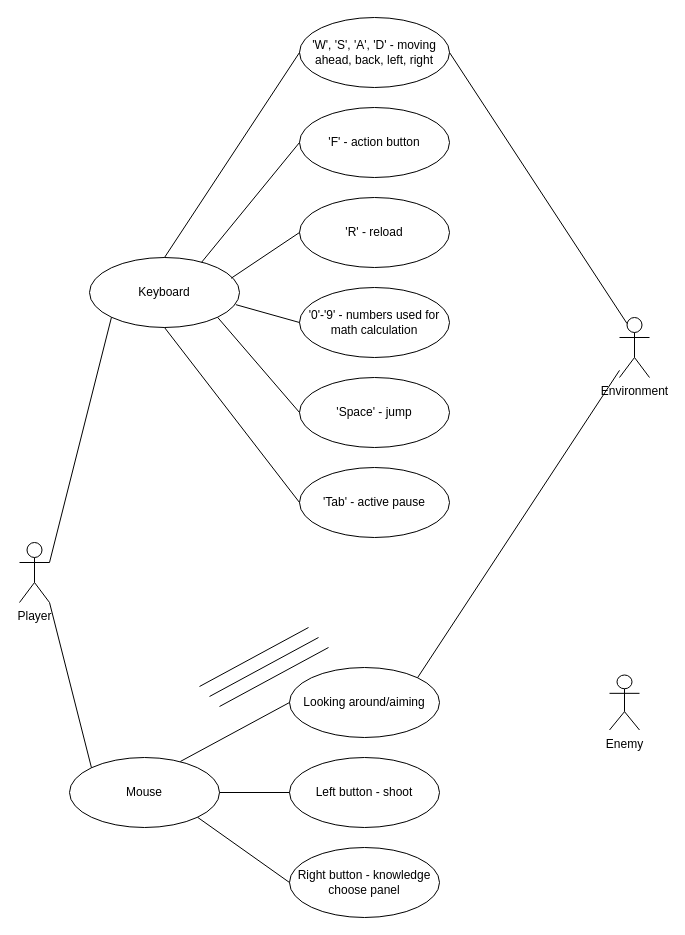
This is use_case_diagram_aeg.drawio from Dexmo-7/ProjectM01, a draw.io file, before an edit. Source tidied: cells renumbered, new cells numbered last; positions are measured from the earlier drawing's top-left corner, leaving out a move shared by most shapes. Both pictures are drawn from the tidied source at 100%, with x=0, y=0 at pixel (19, 17).
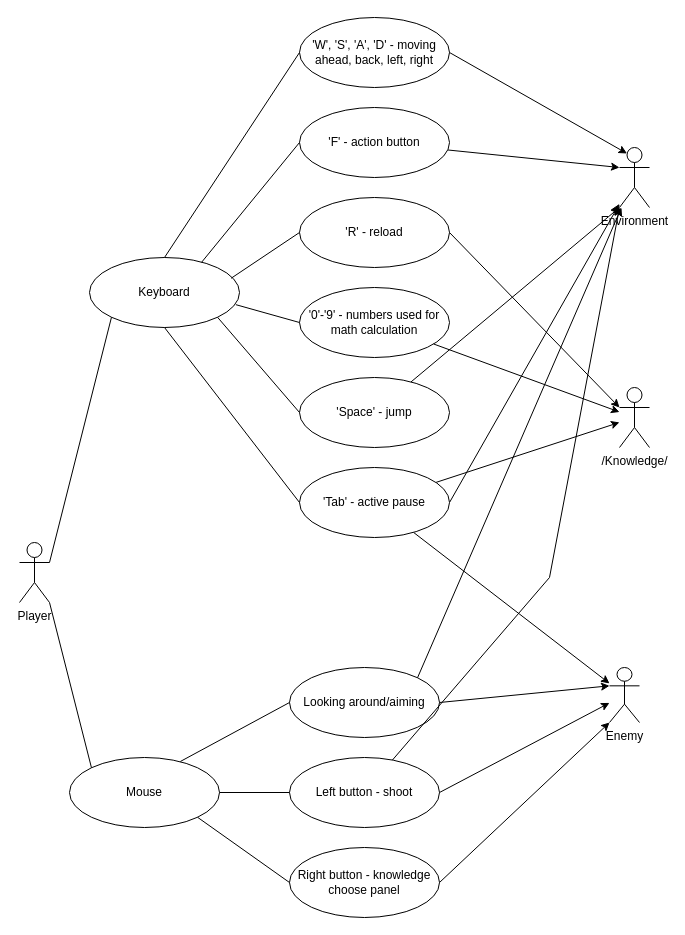
The same page after the edit.

Unchanged cells that the change refers to:
```xml
<mxCell id="3" value="'W', 'S', 'A', 'D' - moving ahead, back, left, right" style="ellipse;whiteSpace=wrap;html=1;" parent="1" vertex="1">
  <mxGeometry x="280" width="150" height="70" as="geometry" />
</mxCell>
<mxCell id="4" value="'F' - action button" style="ellipse;whiteSpace=wrap;html=1;" parent="1" vertex="1">
  <mxGeometry x="280" y="90" width="150" height="70" as="geometry" />
</mxCell>
<mxCell id="5" value="'Space' - jump" style="ellipse;whiteSpace=wrap;html=1;" parent="1" vertex="1">
  <mxGeometry x="280" y="360" width="150" height="70" as="geometry" />
</mxCell>
<mxCell id="8" value="'Tab' - active pause" style="ellipse;whiteSpace=wrap;html=1;" parent="1" vertex="1">
  <mxGeometry x="280" y="450" width="150" height="70" as="geometry" />
</mxCell>
<mxCell id="9" value="Looking around/aiming" style="ellipse;whiteSpace=wrap;html=1;" parent="1" vertex="1">
  <mxGeometry x="270" y="650" width="150" height="70" as="geometry" />
</mxCell>
<mxCell id="10" value="Left button - shoot" style="ellipse;whiteSpace=wrap;html=1;" parent="1" vertex="1">
  <mxGeometry x="270" y="740" width="150" height="70" as="geometry" />
</mxCell>
<mxCell id="11" value="'R' - reload" style="ellipse;whiteSpace=wrap;html=1;" parent="1" vertex="1">
  <mxGeometry x="280" y="180" width="150" height="70" as="geometry" />
</mxCell>
<mxCell id="12" value="'0'-'9' - numbers used for math calculation" style="ellipse;whiteSpace=wrap;html=1;" parent="1" vertex="1">
  <mxGeometry x="280" y="270" width="150" height="70" as="geometry" />
</mxCell>
<mxCell id="13" value="Right button - knowledge choose panel" style="ellipse;whiteSpace=wrap;html=1;" parent="1" vertex="1">
  <mxGeometry x="270" y="830" width="150" height="70" as="geometry" />
</mxCell>
```

What changed in the source:
```diff
@@
+    <mxCell id="32" style="rounded=0;jettySize=auto;html=1;exitX=1;exitY=0.5;exitDx=0;exitDy=0;" parent="1" edge="1" source="8" target="14">
+      <mxGeometry relative="1" as="geometry" />
+    </mxCell>
+    <mxCell id="33" style="rounded=0;jettySize=auto;html=1;" parent="1" edge="1" source="8" target="15">
+      <mxGeometry relative="1" as="geometry" />
+    </mxCell>
+    <mxCell id="34" style="rounded=0;jettySize=auto;html=1;" parent="1" edge="1" source="8" target="35">
+      <mxGeometry relative="1" as="geometry" />
+    </mxCell>
@@
     <mxCell id="14" value="Environment" style="shape=umlActor;verticalLabelPosition=bottom;verticalAlign=top;html=1;outlineConnect=0;" parent="1" vertex="1">
-      <mxGeometry x="600" y="300" width="30" height="60" as="geometry" />
+      <mxGeometry x="600" y="130" width="30" height="60" as="geometry" />
     </mxCell>
     <mxCell id="15" value="Enemy" style="shape=umlActor;verticalLabelPosition=bottom;verticalAlign=top;html=1;outlineConnect=0;" parent="1" vertex="1">
-      <mxGeometry x="590" y="657.5" width="30" height="55" as="geometry" />
+      <mxGeometry x="590" y="650" width="30" height="55" as="geometry" />
     </mxCell>
@@
-    <mxCell id="22" style="endArrow=none;html=1;rounded=0;exitX=0.739;exitY=0.057;exitDx=0;exitDy=0;exitPerimeter=0;entryX=0;entryY=0.5;entryDx=0;entryDy=0;" parent="1" edge="1">
-      <mxGeometry relative="1" as="geometry">
-        <mxPoint x="180" y="669" as="sourcePoint" />
-        <mxPoint x="289" y="610" as="targetPoint" />
-      </mxGeometry>
+    <mxCell id="22" style="endArrow=classic;html=1;rounded=0;exitX=1;exitY=0.5;exitDx=0;exitDy=0;entryX=0;entryY=1;entryDx=0;entryDy=0;entryPerimeter=0;endFill=1;" parent="1" edge="1" source="13" target="15">
+      <mxGeometry relative="1" as="geometry" />
     </mxCell>
-    <mxCell id="23" style="endArrow=none;html=1;rounded=0;exitX=0.739;exitY=0.057;exitDx=0;exitDy=0;exitPerimeter=0;entryX=0;entryY=0.5;entryDx=0;entryDy=0;" parent="1" edge="1">
-      <mxGeometry relative="1" as="geometry">
-        <mxPoint x="190" y="679" as="sourcePoint" />
-        <mxPoint x="299" y="620" as="targetPoint" />
-      </mxGeometry>
+    <mxCell id="23" style="endArrow=classic;html=1;rounded=0;exitX=1;exitY=0.5;exitDx=0;exitDy=0;endFill=1;" parent="1" edge="1" source="10" target="15">
+      <mxGeometry relative="1" as="geometry" />
     </mxCell>
-    <mxCell id="24" style="endArrow=none;html=1;rounded=0;exitX=0.739;exitY=0.057;exitDx=0;exitDy=0;exitPerimeter=0;entryX=0;entryY=0.5;entryDx=0;entryDy=0;" parent="1" edge="1">
-      <mxGeometry relative="1" as="geometry">
-        <mxPoint x="200" y="689" as="sourcePoint" />
-        <mxPoint x="309" y="630" as="targetPoint" />
-      </mxGeometry>
+    <mxCell id="24" style="endArrow=classic;html=1;rounded=0;exitX=1;exitY=0.5;exitDx=0;exitDy=0;entryX=0;entryY=0.3333333333333333;entryDx=0;entryDy=0;entryPerimeter=0;endFill=1;" parent="1" edge="1" source="9" target="15">
+      <mxGeometry relative="1" as="geometry" />
     </mxCell>
-    <mxCell id="25" style="endArrow=none;html=1;rounded=0;exitX=1;exitY=0;exitDx=0;exitDy=0;" parent="1" edge="1" source="9" target="14">
+    <mxCell id="25" style="endArrow=classic;html=1;rounded=0;exitX=1;exitY=0;exitDx=0;exitDy=0;endFill=1;" parent="1" edge="1" source="9" target="14">
       <mxGeometry relative="1" as="geometry" />
     </mxCell>
@@
-    <mxCell id="31" style="endArrow=none;html=1;rounded=0;exitX=1;exitY=0.5;exitDx=0;exitDy=0;entryX=0.25;entryY=0.1;entryDx=0;entryDy=0;entryPerimeter=0;" parent="1" edge="1" source="3" target="14">
+    <mxCell id="31" style="endArrow=classic;html=1;rounded=0;exitX=1;exitY=0.5;exitDx=0;exitDy=0;entryX=0.25;entryY=0.1;entryDx=0;entryDy=0;entryPerimeter=0;endFill=1;" parent="1" edge="1" source="3" target="14">
       <mxGeometry relative="1" as="geometry" />
     </mxCell>
+    <mxCell id="35" value="/Knowledge/" style="shape=umlActor;verticalLabelPosition=bottom;verticalAlign=top;html=1;outlineConnect=0;" parent="1" vertex="1">
+      <mxGeometry x="600" y="370" width="30" height="60" as="geometry" />
+    </mxCell>
+    <mxCell id="36" style="rounded=0;jettySize=auto;html=1;entryX=0;entryY=0.3333333333333333;entryDx=0;entryDy=0;entryPerimeter=0;exitX=1;exitY=0.5;exitDx=0;exitDy=0;" parent="1" edge="1" source="11" target="35">
+      <mxGeometry relative="1" as="geometry" />
+    </mxCell>
+    <mxCell id="37" style="rounded=0;jettySize=auto;html=1;entryX=0;entryY=0.3333333333333333;entryDx=0;entryDy=0;entryPerimeter=0;" parent="1" edge="1" source="4" target="14">
+      <mxGeometry relative="1" as="geometry" />
+    </mxCell>
+    <mxCell id="38" style="rounded=0;jettySize=auto;html=1;" parent="1" edge="1" source="12" target="35">
+      <mxGeometry relative="1" as="geometry" />
+    </mxCell>
+    <mxCell id="39" style="rounded=0;jettySize=auto;html=1;entryX=0;entryY=1;entryDx=0;entryDy=0;entryPerimeter=0;" parent="1" edge="1" source="5" target="14">
+      <mxGeometry relative="1" as="geometry" />
+    </mxCell>
+    <mxCell id="40" style="rounded=0;jettySize=auto;html=1;entryX=0;entryY=1;entryDx=0;entryDy=0;entryPerimeter=0;" parent="1" edge="1" source="10" target="14">
+      <mxGeometry relative="1" as="geometry">
+        <Array as="points">
+          <mxPoint x="530" y="560" />
+        </Array>
+      </mxGeometry>
+    </mxCell>
```
